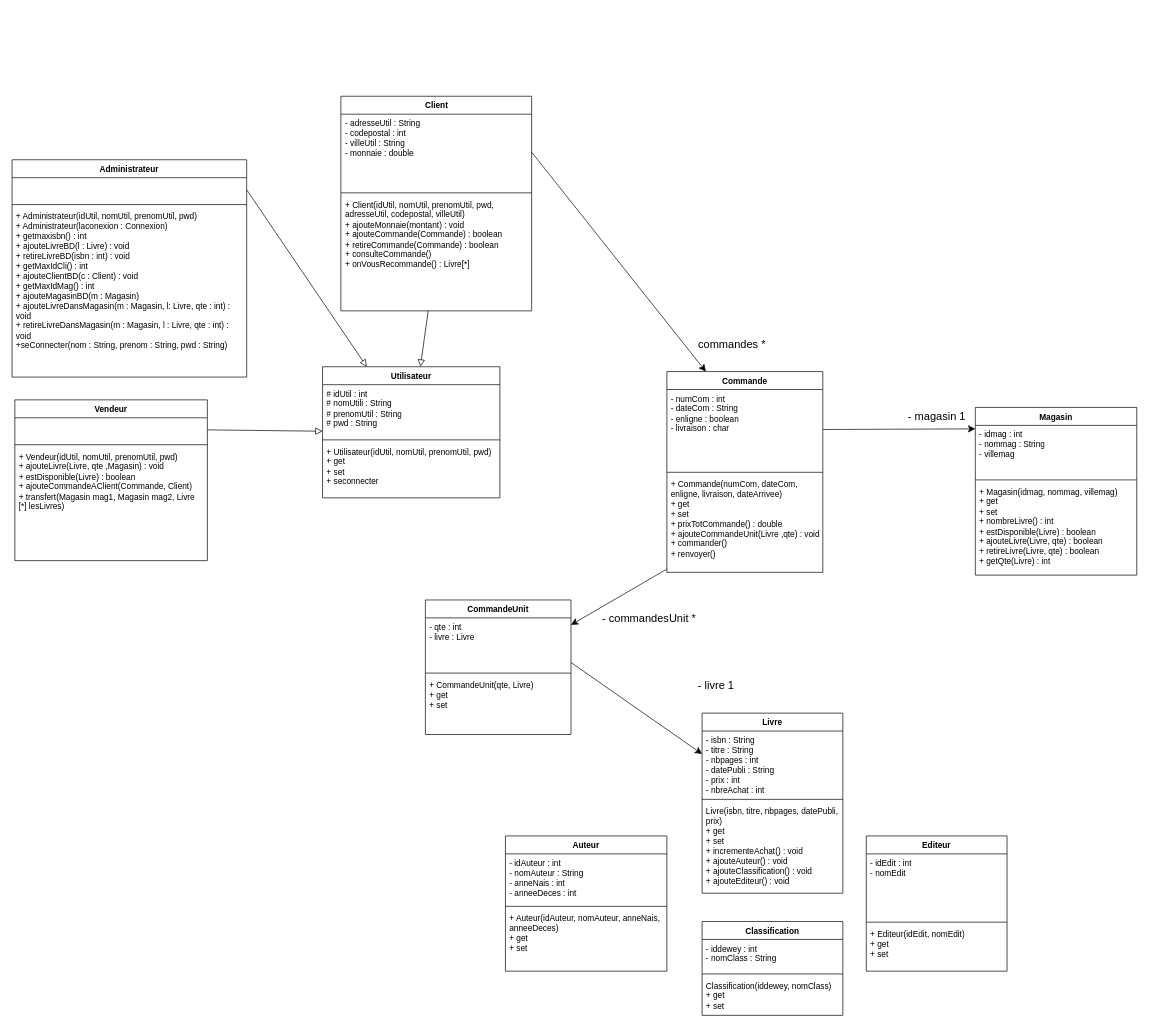
The draw.io diagram UML.drawio in BastienMonet/SAEjava2.03, before the edit. Source tidied: cells renumbered, new cells numbered last; positions are measured from the earlier drawing's top-left corner, leaving out a move shared by most shapes. Both pictures are drawn from the tidied source at 69%, with x=0, y=0 at pixel (12, 96).
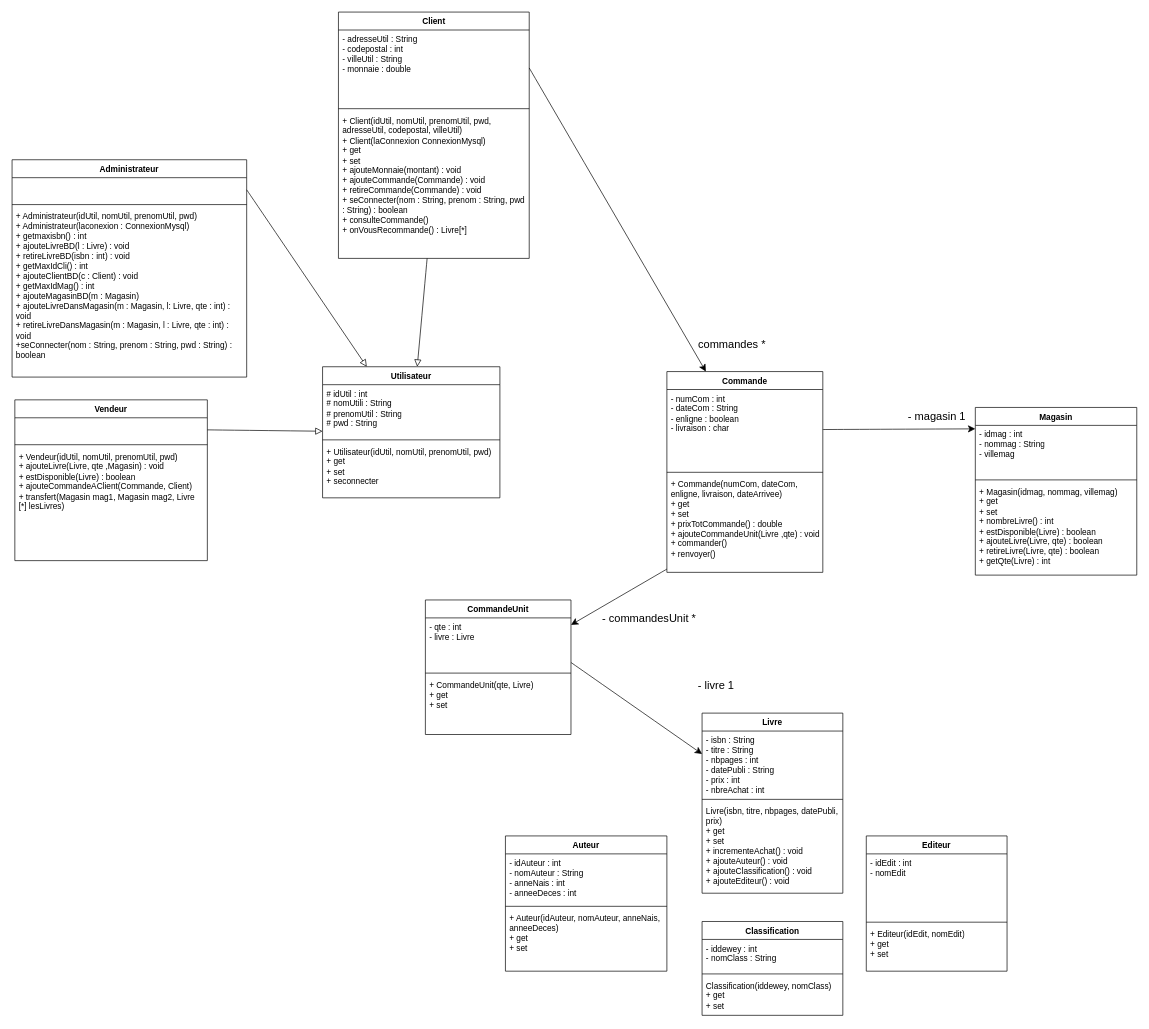
The same diagram, later.

Commit message:
ajout Client dans L'UML

The change refers to these unchanged cells:
```xml
<mxCell id="35" value="Administrateur" style="swimlane;fontStyle=1;align=center;verticalAlign=top;horizontal=1;startSize=26;whiteSpace=wrap;html=1;" parent="1" vertex="1">
  <mxGeometry y="92" width="340" height="315" as="geometry" />
</mxCell>
```

What changed in the source:
```diff
@@
     <mxCell id="31" value="Client" style="swimlane;fontStyle=1;align=center;verticalAlign=top;horizontal=1;startSize=26;whiteSpace=wrap;html=1;" parent="1" vertex="1">
-      <mxGeometry x="476.5" width="276.5" height="311" as="geometry" />
+      <mxGeometry x="473" y="-122" width="276.5" height="357" as="geometry" />
     </mxCell>
@@
-    <mxCell id="34" value="&lt;div&gt;+ Client(idUtil, nomUtil, prenomUtil, pwd, adresseUtil, codepostal, villeUtil)&lt;/div&gt;&lt;div&gt;+ ajouteMonnaie(montant) : void&lt;/div&gt;&lt;div&gt;+ ajouteCommande(Commande) : boolean&lt;/div&gt;&lt;div&gt;+ retireCommande(Commande) : boolean&lt;/div&gt;&lt;div&gt;+ consulteCommande()&lt;/div&gt;&lt;div&gt;+ onVousRecommande() : Livre[*]&lt;/div&gt;" style="text;strokeColor=none;fillColor=none;align=left;verticalAlign=top;spacingLeft=4;spacingRight=4;overflow=hidden;points=[[0,0.5],[1,0.5]];portConstraint=eastwest;whiteSpace=wrap;html=1;" parent="31" vertex="1">
-      <mxGeometry y="144" width="276.5" height="167" as="geometry" />
+    <mxCell id="34" value="&lt;div&gt;+ Client(idUtil, nomUtil, prenomUtil, pwd, adresseUtil, codepostal, villeUtil)&lt;/div&gt;&lt;div&gt;+ Client(laConnexion ConnexionMysql)&lt;/div&gt;&lt;div&gt;+ get&lt;/div&gt;&lt;div&gt;+ set&lt;/div&gt;&lt;div&gt;+ ajouteMonnaie(montant) : void&lt;/div&gt;&lt;div&gt;+ ajouteCommande(Commande) : void&lt;/div&gt;&lt;div&gt;+ retireCommande(Commande) : void&lt;/div&gt;&lt;div&gt;+ seConnecter(nom : String, prenom : String, pwd : String) : boolean&lt;/div&gt;&lt;div&gt;+ consulteCommande()&lt;/div&gt;&lt;div&gt;+ onVousRecommande() : Livre[*]&lt;/div&gt;" style="text;strokeColor=none;fillColor=none;align=left;verticalAlign=top;spacingLeft=4;spacingRight=4;overflow=hidden;points=[[0,0.5],[1,0.5]];portConstraint=eastwest;whiteSpace=wrap;html=1;" parent="31" vertex="1">
+      <mxGeometry y="144" width="276.5" height="213" as="geometry" />
     </mxCell>
@@
-    <mxCell id="38" value="&lt;div&gt;+ Administrateur(idUtil, nomUtil, prenomUtil, pwd)&lt;/div&gt;&lt;div&gt;+ Administrateur(laconexion : Connexion)&lt;/div&gt;&lt;div&gt;+ getmaxisbn() : int&lt;/div&gt;&lt;div&gt;+ ajouteLivreBD(l : Livre) : void&lt;/div&gt;&lt;div&gt;+ retireLivreBD(isbn : int) : void&lt;/div&gt;&lt;div&gt;+ getMaxIdCli() : int&lt;/div&gt;&lt;div&gt;+ ajouteClientBD(c : Client) : void&lt;/div&gt;&lt;div&gt;+ getMaxIdMag() : int&lt;/div&gt;&lt;div&gt;+ ajouteMagasinBD(m : Magasin)&lt;/div&gt;&lt;div&gt;+ ajouteLivreDansMagasin(m : Magasin, l: Livre, qte : int) : void&lt;/div&gt;&lt;div&gt;+ retireLivreDansMagasin(m : Magasin, l : Livre, qte : int) : void&lt;/div&gt;&lt;div&gt;+seConnecter(nom : String, prenom : String, pwd : String)&lt;/div&gt;&lt;div&gt;&lt;br&gt;&lt;/div&gt;" style="text;strokeColor=none;fillColor=none;align=left;verticalAlign=top;spacingLeft=4;spacingRight=4;overflow=hidden;whiteSpace=wrap;html=1;" parent="35" vertex="1">
+    <mxCell id="38" value="&lt;div&gt;+ Administrateur(idUtil, nomUtil, prenomUtil, pwd)&lt;/div&gt;&lt;div&gt;+ Administrateur(laconexion : ConnexionMysql)&lt;/div&gt;&lt;div&gt;+ getmaxisbn() : int&lt;/div&gt;&lt;div&gt;+ ajouteLivreBD(l : Livre) : void&lt;/div&gt;&lt;div&gt;+ retireLivreBD(isbn : int) : void&lt;/div&gt;&lt;div&gt;+ getMaxIdCli() : int&lt;/div&gt;&lt;div&gt;+ ajouteClientBD(c : Client) : void&lt;/div&gt;&lt;div&gt;+ getMaxIdMag() : int&lt;/div&gt;&lt;div&gt;+ ajouteMagasinBD(m : Magasin)&lt;/div&gt;&lt;div&gt;+ ajouteLivreDansMagasin(m : Magasin, l: Livre, qte : int) : void&lt;/div&gt;&lt;div&gt;+ retireLivreDansMagasin(m : Magasin, l : Livre, qte : int) : void&lt;/div&gt;&lt;div&gt;+seConnecter(nom : String, prenom : String, pwd : String) : boolean&lt;/div&gt;&lt;div&gt;&lt;br&gt;&lt;/div&gt;" style="text;strokeColor=none;fillColor=none;align=left;verticalAlign=top;spacingLeft=4;spacingRight=4;overflow=hidden;whiteSpace=wrap;html=1;" parent="35" vertex="1">
       <mxGeometry y="69" width="340" height="246" as="geometry" />
     </mxCell>
```
